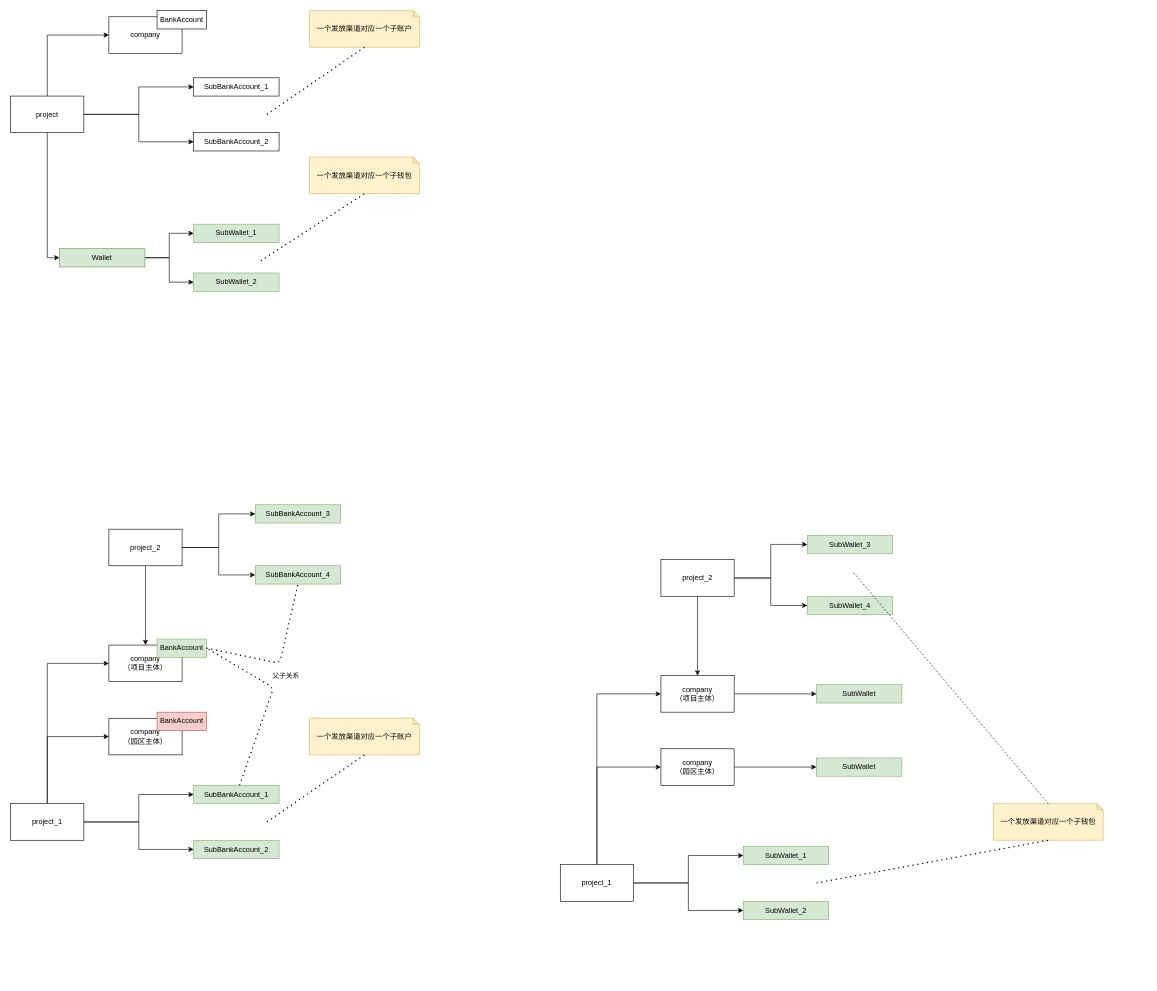
Before: 项目账户_设计.drawio in kuangziyang/shop-design, a draw.io diagram. Source tidied: cells renumbered, new cells numbered last; positions are measured from the earlier drawing's top-left corner, leaving out a move shared by most shapes. Both pictures are drawn from the tidied source at 61%, with x=0, y=0 at pixel (10, 10).
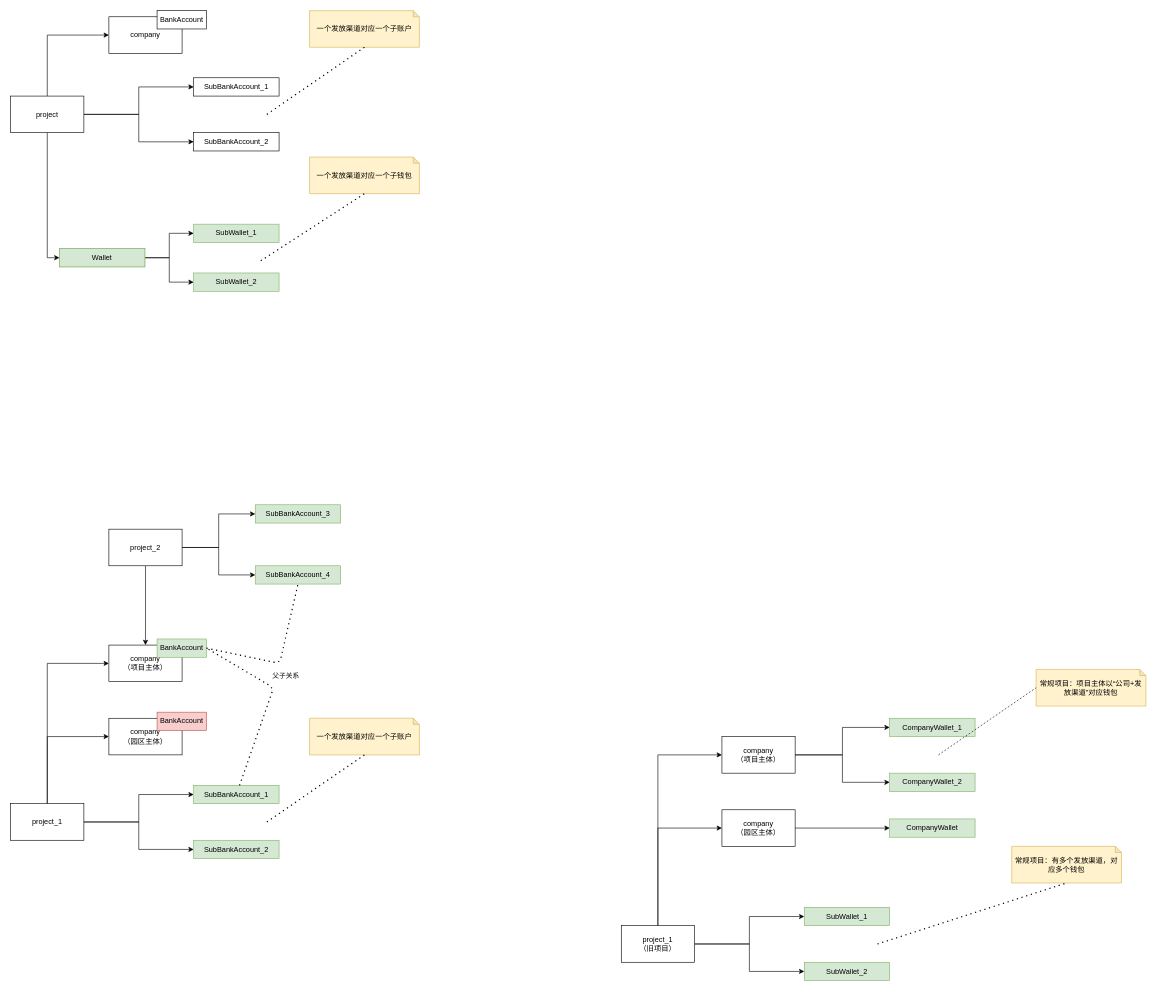
The same page after the edit.

Commit message (it also covers changes not shown here):
Update 项目账户_设计.drawio

Unchanged cells that the change refers to:
```xml
<mxCell id="53" value="company&lt;br&gt;（项目主体）" style="rounded=0;whiteSpace=wrap;html=1;" parent="52" vertex="1">
  <mxGeometry y="10" width="120" height="60" as="geometry" />
</mxCell>
```

Diff of the diagram source:
```diff
@@
-    <mxCell id="49" value="project_1" style="rounded=0;whiteSpace=wrap;html=1;" parent="1" vertex="1">
-      <mxGeometry x="901" y="1400" width="120" height="60" as="geometry" />
+    <mxCell id="49" value="project_1&lt;br&gt;（旧项目）" style="rounded=0;whiteSpace=wrap;html=1;" parent="1" vertex="1">
+      <mxGeometry x="1001" y="1500" width="120" height="60" as="geometry" />
     </mxCell>
     <mxCell id="50" value="SubWallet_1" style="rounded=0;whiteSpace=wrap;html=1;fillColor=#d5e8d4;strokeColor=#82b366;" parent="1" vertex="1">
-      <mxGeometry x="1201" y="1370" width="140" height="30" as="geometry" />
+      <mxGeometry x="1301" y="1470" width="140" height="30" as="geometry" />
     </mxCell>
     <mxCell id="51" value="SubWallet_2" style="rounded=0;whiteSpace=wrap;html=1;fillColor=#d5e8d4;strokeColor=#82b366;" parent="1" vertex="1">
-      <mxGeometry x="1201" y="1460" width="140" height="30" as="geometry" />
+      <mxGeometry x="1301" y="1560" width="140" height="30" as="geometry" />
     </mxCell>
     <mxCell id="52" style="group;" parent="1" vertex="1">
-      <mxGeometry x="1066" y="1080" width="160" height="70" as="geometry" />
+      <mxGeometry x="1166" y="1180" width="160" height="70" as="geometry" />
     </mxCell>
@@
-    <mxCell id="54" value="一个发放渠道对应一个子钱包" style="shape=note;whiteSpace=wrap;html=1;backgroundOutline=1;darkOpacity=0.05;size=10;fillColor=#fff2cc;strokeColor=#d6b656;" parent="1" vertex="1">
-      <mxGeometry x="1611" y="1300" width="180" height="60" as="geometry" />
+    <mxCell id="54" value="常规项目：有多个发放渠道，对应多个钱包" style="shape=note;whiteSpace=wrap;html=1;backgroundOutline=1;darkOpacity=0.05;size=10;fillColor=#fff2cc;strokeColor=#d6b656;" parent="1" vertex="1">
+      <mxGeometry x="1641" y="1370" width="180" height="60" as="geometry" />
     </mxCell>
     <mxCell id="55" style="endArrow=none;dashed=1;html=1;dashPattern=1 3;strokeWidth=2;entryX=0.5;entryY=1;entryDx=0;entryDy=0;entryPerimeter=0;" parent="1" edge="1" target="54">
       <mxGeometry relative="1" as="geometry">
-        <mxPoint x="1321" y="1430" as="sourcePoint" />
+        <mxPoint x="1421" y="1530" as="sourcePoint" />
       </mxGeometry>
     </mxCell>
-    <mxCell id="56" style="edgeStyle=orthogonalEdgeStyle;rounded=0;jettySize=auto;html=1;exitX=0.5;exitY=1;exitDx=0;exitDy=0;" parent="1" edge="1" source="59" target="53">
-      <mxGeometry relative="1" as="geometry" />
-    </mxCell>
-    <mxCell id="57" style="edgeStyle=orthogonalEdgeStyle;rounded=0;jettySize=auto;html=1;exitX=1;exitY=0.5;exitDx=0;exitDy=0;entryX=0;entryY=0.5;entryDx=0;entryDy=0;" parent="1" edge="1" source="59" target="60">
-      <mxGeometry relative="1" as="geometry" />
-    </mxCell>
-    <mxCell id="58" style="edgeStyle=orthogonalEdgeStyle;rounded=0;jettySize=auto;html=1;exitX=1;exitY=0.5;exitDx=0;exitDy=0;entryX=0;entryY=0.5;entryDx=0;entryDy=0;" parent="1" edge="1" source="59" target="61">
-      <mxGeometry relative="1" as="geometry" />
-    </mxCell>
-    <mxCell id="59" value="project_2" style="rounded=0;whiteSpace=wrap;html=1;" parent="1" vertex="1">
-      <mxGeometry x="1066" y="900" width="120" height="60" as="geometry" />
-    </mxCell>
-    <mxCell id="60" value="SubWallet_3" style="rounded=0;whiteSpace=wrap;html=1;fillColor=#d5e8d4;strokeColor=#82b366;" parent="1" vertex="1">
-      <mxGeometry x="1306" y="860" width="140" height="30" as="geometry" />
-    </mxCell>
-    <mxCell id="61" value="SubWallet_4" style="rounded=0;whiteSpace=wrap;html=1;fillColor=#d5e8d4;strokeColor=#82b366;" parent="1" vertex="1">
-      <mxGeometry x="1306" y="960" width="140" height="30" as="geometry" />
-    </mxCell>
@@
     <mxCell id="63" value="company&lt;br&gt;（园区主体）" style="rounded=0;whiteSpace=wrap;html=1;" parent="1" vertex="1">
-      <mxGeometry x="1066" y="1210" width="120" height="60" as="geometry" />
+      <mxGeometry x="1166" y="1310" width="120" height="60" as="geometry" />
     </mxCell>
-    <mxCell id="64" value="SubWallet" style="rounded=0;whiteSpace=wrap;html=1;fillColor=#d5e8d4;strokeColor=#82b366;" parent="1" vertex="1">
-      <mxGeometry x="1321" y="1105" width="140" height="30" as="geometry" />
+    <mxCell id="64" value="CompanyWallet_1" style="rounded=0;whiteSpace=wrap;html=1;fillColor=#d5e8d4;strokeColor=#82b366;" parent="1" vertex="1">
+      <mxGeometry x="1441" y="1160" width="140" height="30" as="geometry" />
     </mxCell>
@@
-    <mxCell id="66" value="SubWallet" style="rounded=0;whiteSpace=wrap;html=1;fillColor=#d5e8d4;strokeColor=#82b366;" parent="1" vertex="1">
-      <mxGeometry x="1321" y="1225" width="140" height="30" as="geometry" />
+    <mxCell id="66" value="CompanyWallet" style="rounded=0;whiteSpace=wrap;html=1;fillColor=#d5e8d4;strokeColor=#82b366;" parent="1" vertex="1">
+      <mxGeometry x="1441" y="1325" width="140" height="30" as="geometry" />
     </mxCell>
-    <mxCell id="67" style="endArrow=none;dashed=1;html=1;exitX=0.5;exitY=0;exitDx=0;exitDy=0;exitPerimeter=0;" parent="1" edge="1" source="54">
-      <mxGeometry relative="1" as="geometry">
-        <mxPoint x="1381" y="920" as="targetPoint" />
-      </mxGeometry>
-    </mxCell>
+    <mxCell id="68" value="CompanyWallet_2" style="rounded=0;whiteSpace=wrap;html=1;fillColor=#d5e8d4;strokeColor=#82b366;" parent="1" vertex="1">
+      <mxGeometry x="1441" y="1250" width="140" height="30" as="geometry" />
+    </mxCell>
+    <mxCell id="69" style="edgeStyle=orthogonalEdgeStyle;rounded=0;jettySize=auto;html=1;exitX=1;exitY=0.5;exitDx=0;exitDy=0;" parent="1" edge="1" source="53" target="68">
+      <mxGeometry relative="1" as="geometry" />
+    </mxCell>
+    <mxCell id="70" value="常规项目：项目主体以“公司+发放渠道”对应钱包" style="shape=note;whiteSpace=wrap;html=1;backgroundOutline=1;darkOpacity=0.05;size=10;fillColor=#fff2cc;strokeColor=#d6b656;" parent="1" vertex="1">
+      <mxGeometry x="1681" y="1080" width="180" height="60" as="geometry" />
+    </mxCell>
+    <mxCell id="71" style="endArrow=none;dashed=1;html=1;entryX=0;entryY=0.5;entryDx=0;entryDy=0;entryPerimeter=0;" parent="1" edge="1" target="70">
+      <mxGeometry relative="1" as="geometry">
+        <mxPoint x="1521" y="1220" as="sourcePoint" />
+      </mxGeometry>
+    </mxCell>
```
